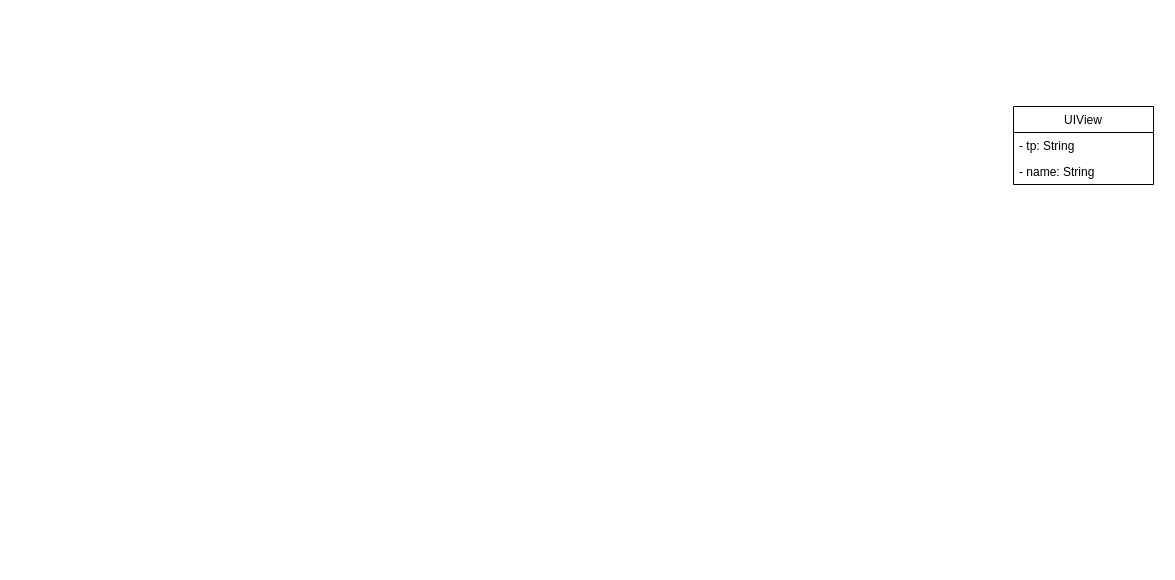
Before: iOS埋点设计.drawio in aiquantong/Hero, a draw.io diagram. Source tidied: cells renumbered, new cells numbered last; positions are measured from the earlier drawing's top-left corner, leaving out a move shared by most shapes. Both pictures are drawn from the tidied source at 100%, with x=0, y=0 at pixel (1013, 106).
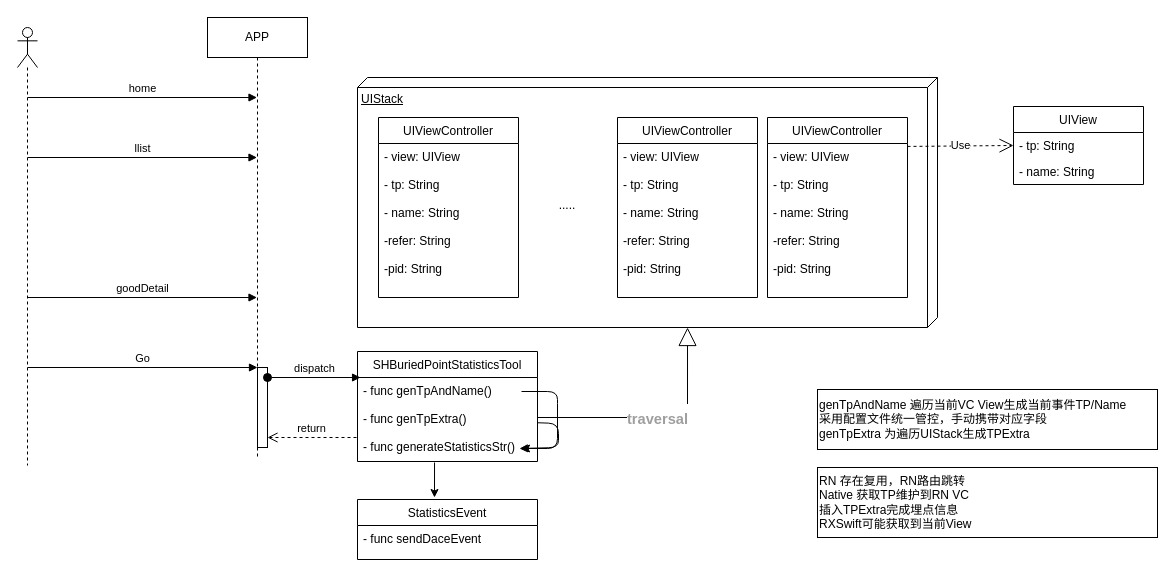
Above is the later version.

The edit, as a diff of the source:
```diff
@@
+    <mxCell id="5" value="UIStack" style="verticalAlign=top;align=left;spacingTop=8;spacingLeft=2;spacingRight=12;shape=cube;size=10;direction=south;fontStyle=4;html=1;" parent="1" vertex="1">
+      <mxGeometry x="-656" y="-29" width="580" height="250" as="geometry" />
+    </mxCell>
     <mxCell id="2" value="UIView" style="swimlane;fontStyle=0;horizontal=1;startSize=26;fillColor=none;" parent="1" vertex="1">
-      <mxGeometry width="140" height="78" as="geometry" />
+      <mxGeometry width="130" height="78" as="geometry" />
     </mxCell>
     <mxCell id="3" value="- tp: String" style="text;strokeColor=none;fillColor=none;align=left;verticalAlign=top;spacingLeft=4;spacingRight=4;overflow=hidden;points=[[0,0.5],[1,0.5]];portConstraint=eastwest;" parent="2" vertex="1">
-      <mxGeometry y="26" width="140" height="26" as="geometry" />
+      <mxGeometry y="26" width="130" height="26" as="geometry" />
     </mxCell>
     <mxCell id="4" value="- name: String" style="text;strokeColor=none;fillColor=none;align=left;verticalAlign=top;spacingLeft=4;spacingRight=4;overflow=hidden;" parent="2" vertex="1">
-      <mxGeometry y="52" width="140" height="26" as="geometry" />
+      <mxGeometry y="52" width="130" height="26" as="geometry" />
     </mxCell>
+    <mxCell id="6" value="UIViewController" style="swimlane;fontStyle=0;horizontal=1;startSize=26;fillColor=none;" parent="1" vertex="1">
+      <mxGeometry x="-635" y="11" width="140" height="180" as="geometry" />
+    </mxCell>
+    <mxCell id="7" value="- view: UIView&#10;&#10;- tp: String&#10;&#10;- name: String&#10;&#10;-refer: String&#10;&#10;-pid: String" style="text;strokeColor=none;fillColor=none;align=left;verticalAlign=top;spacingLeft=4;spacingRight=4;overflow=hidden;" parent="6" vertex="1">
+      <mxGeometry y="26" width="140" height="154" as="geometry" />
+    </mxCell>
+    <mxCell id="8" value="SHBuriedPointStatisticsTool" style="swimlane;fontStyle=0;horizontal=1;startSize=26;fillColor=none;" parent="1" vertex="1">
+      <mxGeometry x="-656" y="245" width="180" height="110" as="geometry" />
+    </mxCell>
+    <mxCell id="9" value="- func genTpAndName()&#10;&#10;- func genTpExtra()&#10;&#10;- func generateStatisticsStr()" style="text;strokeColor=none;fillColor=none;align=left;verticalAlign=top;spacingLeft=4;spacingRight=4;overflow=hidden;points=[[0,0.5],[1,0.5]];portConstraint=eastwest;" parent="8" vertex="1">
+      <mxGeometry y="26" width="180" height="84" as="geometry" />
+    </mxCell>
+    <mxCell id="10" style="endArrow=classic;html=1;entryX=1.022;entryY=0.845;entryDx=0;entryDy=0;entryPerimeter=0;" parent="8" edge="1">
+      <mxGeometry relative="1" as="geometry">
+        <mxPoint x="164" y="40" as="sourcePoint" />
+        <mxPoint x="164" y="97" as="targetPoint" />
+        <Array as="points">
+          <mxPoint x="200" y="40" />
+          <mxPoint x="200" y="56" />
+          <mxPoint x="200" y="97" />
+        </Array>
+      </mxGeometry>
+    </mxCell>
+    <mxCell id="11" value="UIViewController" style="swimlane;fontStyle=0;horizontal=1;startSize=26;fillColor=none;" parent="1" vertex="1">
+      <mxGeometry x="-396" y="11" width="140" height="180" as="geometry" />
+    </mxCell>
+    <mxCell id="12" value="- view: UIView&#10;&#10;- tp: String&#10;&#10;- name: String&#10;&#10;-refer: String&#10;&#10;-pid: String" style="text;strokeColor=none;fillColor=none;align=left;verticalAlign=top;spacingLeft=4;spacingRight=4;overflow=hidden;" parent="11" vertex="1">
+      <mxGeometry y="26" width="140" height="154" as="geometry" />
+    </mxCell>
+    <mxCell id="13" value="UIViewController" style="swimlane;fontStyle=0;horizontal=1;startSize=26;fillColor=none;" parent="1" vertex="1">
+      <mxGeometry x="-246" y="11" width="140" height="180" as="geometry" />
+    </mxCell>
+    <mxCell id="14" value="- view: UIView&#10;&#10;- tp: String&#10;&#10;- name: String&#10;&#10;-refer: String&#10;&#10;-pid: String" style="text;strokeColor=none;fillColor=none;align=left;verticalAlign=top;spacingLeft=4;spacingRight=4;overflow=hidden;points=[[0,0.5],[1,0.5]];portConstraint=eastwest;" parent="13" vertex="1">
+      <mxGeometry y="26" width="140" height="154" as="geometry" />
+    </mxCell>
+    <mxCell id="15" value="....." style="text;html=1;strokeColor=none;fillColor=none;align=center;verticalAlign=middle;whiteSpace=wrap;rounded=0;" parent="1" vertex="1">
+      <mxGeometry x="-476" y="89" width="60" height="20" as="geometry" />
+    </mxCell>
+    <mxCell id="16" style="shape=umlLifeline;participant=umlActor;perimeter=lifelinePerimeter;whiteSpace=wrap;html=1;verticalAlign=top;spacingTop=36;" parent="1" vertex="1">
+      <mxGeometry x="-996" y="-79" width="20" height="438" as="geometry" />
+    </mxCell>
+    <mxCell id="17" value="home" style="html=1;verticalAlign=bottom;endArrow=block;" parent="16" edge="1" target="19">
+      <mxGeometry relative="1" as="geometry">
+        <mxPoint x="10" y="70" as="sourcePoint" />
+      </mxGeometry>
+    </mxCell>
+    <mxCell id="18" value="Use" style="endArrow=open;endSize=12;dashed=1;html=1;entryX=0;entryY=0.5;entryDx=0;entryDy=0;exitX=1;exitY=0.019;exitDx=0;exitDy=0;exitPerimeter=0;" parent="1" edge="1" source="14" target="3">
+      <mxGeometry relative="1" as="geometry" />
+    </mxCell>
+    <mxCell id="19" value="APP" style="shape=umlLifeline;perimeter=lifelinePerimeter;whiteSpace=wrap;html=1;outlineConnect=0;" parent="1" vertex="1">
+      <mxGeometry x="-806" y="-89" width="100" height="440" as="geometry" />
+    </mxCell>
+    <mxCell id="20" style="html=1;points=[];perimeter=orthogonalPerimeter;" parent="19" vertex="1">
+      <mxGeometry x="50" y="350" width="10" height="80" as="geometry" />
+    </mxCell>
+    <mxCell id="21" value="dispatch" style="html=1;verticalAlign=bottom;startArrow=oval;startFill=1;endArrow=block;startSize=8;entryX=0.017;entryY=0;entryDx=0;entryDy=0;entryPerimeter=0;" parent="19" edge="1" target="9">
+      <mxGeometry relative="1" as="geometry">
+        <mxPoint x="60" y="360" as="sourcePoint" />
+      </mxGeometry>
+    </mxCell>
+    <mxCell id="22" value="return" style="html=1;verticalAlign=bottom;endArrow=open;dashed=1;endSize=8;" parent="19" edge="1">
+      <mxGeometry relative="1" as="geometry">
+        <mxPoint x="149" y="420" as="sourcePoint" />
+        <mxPoint x="60" y="420" as="targetPoint" />
+      </mxGeometry>
+    </mxCell>
+    <mxCell id="23" value="llist" style="html=1;verticalAlign=bottom;endArrow=block;" parent="1" edge="1">
+      <mxGeometry relative="1" as="geometry">
+        <mxPoint x="-986" y="51" as="sourcePoint" />
+        <mxPoint x="-756.5" y="51" as="targetPoint" />
+      </mxGeometry>
+    </mxCell>
+    <mxCell id="24" value="goodDetail" style="html=1;verticalAlign=bottom;endArrow=block;" parent="1" edge="1">
+      <mxGeometry relative="1" as="geometry">
+        <mxPoint x="-986" y="191" as="sourcePoint" />
+        <mxPoint x="-756.5" y="191" as="targetPoint" />
+      </mxGeometry>
+    </mxCell>
+    <mxCell id="25" value="Go" style="html=1;verticalAlign=bottom;endArrow=block;" parent="1" edge="1" target="20">
+      <mxGeometry relative="1" as="geometry">
+        <mxPoint x="-986" y="261" as="sourcePoint" />
+      </mxGeometry>
+    </mxCell>
+    <mxCell id="26" style="endArrow=classic;html=1;entryX=0.9;entryY=0.988;entryDx=0;entryDy=0;entryPerimeter=0;" parent="1" edge="1" source="9">
+      <mxGeometry relative="1" as="geometry">
+        <mxPoint x="-494" y="342" as="targetPoint" />
+        <Array as="points">
+          <mxPoint x="-455" y="317" />
+          <mxPoint x="-455" y="341" />
+        </Array>
+      </mxGeometry>
+    </mxCell>
+    <mxCell id="27" value="StatisticsEvent" style="swimlane;fontStyle=0;horizontal=1;startSize=26;fillColor=none;" parent="1" vertex="1">
+      <mxGeometry x="-656" y="393" width="180" height="60" as="geometry" />
+    </mxCell>
+    <mxCell id="28" value="- func sendDaceEvent&#10;" style="text;strokeColor=none;fillColor=none;align=left;verticalAlign=top;spacingLeft=4;spacingRight=4;overflow=hidden;" parent="27" vertex="1">
+      <mxGeometry y="26" width="180" height="34" as="geometry" />
+    </mxCell>
+    <mxCell id="29" style="endArrow=classic;html=1;exitX=0.428;exitY=1.012;exitDx=0;exitDy=0;exitPerimeter=0;" parent="1" edge="1" source="9">
+      <mxGeometry relative="1" as="geometry">
+        <mxPoint x="-579" y="391" as="targetPoint" />
+      </mxGeometry>
+    </mxCell>
+    <mxCell id="30" value="&lt;h1 id=&quot;titleHeading&quot; style=&quot;margin: 0px ; background-position: 0px 0px&quot;&gt;&lt;font color=&quot;#a09fa0&quot; face=&quot;helvetica, lucida grande, lucida, verdana, sans-serif&quot;&gt;&lt;span style=&quot;font-size: 14.6667px&quot;&gt;traversal&lt;/span&gt;&lt;/font&gt;&lt;br&gt;&lt;/h1&gt;" style="endArrow=block;endSize=16;endFill=0;html=1;entryX=1;entryY=0.431;entryDx=0;entryDy=0;entryPerimeter=0;" parent="1" edge="1" target="5">
+      <mxGeometry relative="1" as="geometry">
+        <mxPoint x="-476" y="311" as="sourcePoint" />
+        <Array as="points">
+          <mxPoint x="-326" y="311" />
+        </Array>
+      </mxGeometry>
+    </mxCell>
+    <mxCell id="31" value="&lt;span&gt;genTpAndName 遍历当前VC View生成当前事件TP/Name&lt;br&gt;采用配置文件统一管控，手动携带对应字段&lt;br&gt;&lt;/span&gt;&lt;span&gt;genTpExtra 为遍历UIStack生成TPExtra&lt;/span&gt;&lt;span&gt;&lt;br&gt;&lt;/span&gt;" style="rounded=0;whiteSpace=wrap;html=1;align=left;" parent="1" vertex="1">
+      <mxGeometry x="-196" y="283" width="340" height="60" as="geometry" />
+    </mxCell>
+    <mxCell id="32" value="&lt;span style=&quot;&quot;&gt;RN 存在复用，RN路由跳转&lt;br&gt;Native 获取TP维护到RN VC&lt;br&gt;插入TPExtra完成埋点信息&lt;br&gt;RXSwift可能获取到当前View&lt;br&gt;&lt;/span&gt;" style="rounded=0;whiteSpace=wrap;html=1;align=left;" parent="1" vertex="1">
+      <mxGeometry x="-196" y="361" width="340" height="70" as="geometry" />
+    </mxCell>
```
